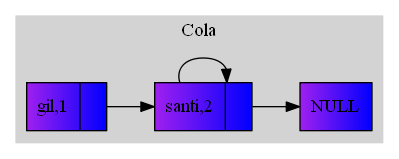
The Graphviz diagram graficaCola.png in Tiago-130414/EDD_1S2019_P1_201313722, before a commit. Its source is kept beside it as graficaCola.dot.
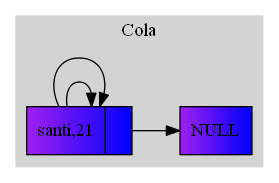
After the change.

Diff of the diagram source:
```diff
@@ -5,11 +5,11 @@
 style=filled;
 color = lightgrey;
 node[shape=record];
-Nodogil[label="{gil,1| }"style = filled, fillcolor = "purple:blue"];
-Nodosanti[label="{santi,3| }"style = filled, fillcolor = "purple:blue"];
-Nodosanti[label="{santi,2| }"style = filled, fillcolor = "purple:blue"];
+Nodosanti[label="{santi,21| }"style = filled, fillcolor = "purple:blue"];
+Nodosanti[label="{santi,21| }"style = filled, fillcolor = "purple:blue"];
+Nodosanti[label="{santi,21| }"style = filled, fillcolor = "purple:blue"];
 NodoNULL[label="NULL}"style = filled, fillcolor = "purple:blue"];
-Nodogil->Nodosanti;
+Nodosanti->Nodosanti;
 Nodosanti->Nodosanti;
 Nodosanti->NodoNULL;
 label = "Cola";
```
